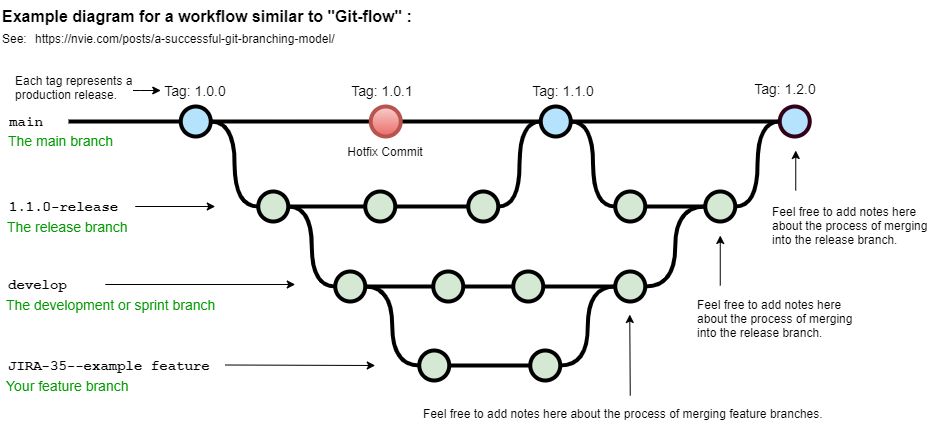
Before: git-workflow-3.drawio.png, a diagram exported from draw.io (chinacode/diagrams). Source tidied: cells renumbered, new cells last; positions are measured from the earlier drawing's top-left corner, leaving out a move shared by most shapes. The source it was exported from:
```xml
<mxGraphModel>
  <root>
    <mxCell id="0" />
    <mxCell id="1" parent="0" />
    <mxCell id="2" value="Hotfix Commit" style="text;html=1;strokeColor=none;fillColor=none;align=center;verticalAlign=middle;whiteSpace=wrap;overflow=hidden;" parent="1" vertex="1">
      <mxGeometry x="345.2" y="136" width="80" height="30" as="geometry" />
    </mxCell>
    <mxCell id="3" style="edgeStyle=orthogonalEdgeStyle;rounded=0;html=1;jettySize=auto;plain-blue;endArrow=none;endFill=0;strokeWidth=4;strokeColor=#000000;entryX=0;entryY=0.5;entryDx=0;entryDy=0;entryPerimeter=0;" parent="1" edge="1" source="5" target="61">
      <mxGeometry x="292.2" y="211" as="geometry" />
    </mxCell>
    <mxCell id="4" style="edgeStyle=orthogonalEdgeStyle;curved=1;rounded=0;html=1;exitX=1;exitY=0.5;exitPerimeter=0;entryX=0;entryY=0.5;entryPerimeter=0;endArrow=none;endFill=0;jettySize=auto;strokeWidth=4;fontSize=15;" parent="1" edge="1" source="5" target="13">
      <mxGeometry relative="1" as="geometry" />
    </mxCell>
    <mxCell id="5" style="verticalLabelPosition=bottom;verticalAlign=top;html=1;strokeWidth=4;shape=mxgraph.flowchart.on-page_reference;plain-blue;gradientColor=none;fillColor=#B5E3Fe;strokeColor=#000000;" parent="1" vertex="1">
      <mxGeometry x="180.2" y="106" width="30" height="30" as="geometry" />
    </mxCell>
    <mxCell id="6" style="edgeStyle=orthogonalEdgeStyle;curved=1;rounded=0;jettySize=auto;html=1;endArrow=none;endFill=0;strokeWidth=4;entryX=0;entryY=0.5;entryDx=0;entryDy=0;entryPerimeter=0;" parent="1" edge="1" source="8" target="9">
      <mxGeometry relative="1" as="geometry" />
    </mxCell>
    <mxCell id="7" style="edgeStyle=orthogonalEdgeStyle;curved=1;rounded=0;jettySize=auto;html=1;exitX=1;exitY=0.5;exitDx=0;exitDy=0;exitPerimeter=0;entryX=0;entryY=0.5;entryDx=0;entryDy=0;entryPerimeter=0;endArrow=none;endFill=0;strokeWidth=4;fontFamily=Courier New;fontColor=#009900;" parent="1" edge="1" source="8" target="45">
      <mxGeometry relative="1" as="geometry" />
    </mxCell>
    <mxCell id="8" style="verticalLabelPosition=bottom;verticalAlign=top;html=1;strokeWidth=4;shape=mxgraph.flowchart.on-page_reference;plain-blue;gradientColor=none;strokeColor=#000000;fillColor=#B5E3FE;" parent="1" vertex="1">
      <mxGeometry x="540.2" y="106" width="30" height="30" as="geometry" />
    </mxCell>
    <mxCell id="9" style="verticalLabelPosition=bottom;verticalAlign=top;html=1;strokeWidth=4;shape=mxgraph.flowchart.on-page_reference;plain-blue;gradientColor=none;strokeColor=#33001A;fillColor=#B5E3FE;" parent="1" vertex="1">
      <mxGeometry x="779.2" y="106" width="30" height="30" as="geometry" />
    </mxCell>
    <mxCell id="10" style="edgeStyle=orthogonalEdgeStyle;rounded=0;html=1;jettySize=auto;strokeWidth=4;endArrow=none;endFill=0;" parent="1" edge="1" target="5">
      <mxGeometry x="192.2" y="211" as="geometry">
        <mxPoint x="68" y="121" as="sourcePoint" />
      </mxGeometry>
    </mxCell>
    <mxCell id="11" value="main" style="text;html=1;strokeColor=none;fillColor=none;align=center;verticalAlign=middle;whiteSpace=wrap;overflow=hidden;fontSize=14;fontStyle=1;fontFamily=Courier New;" parent="1" vertex="1">
      <mxGeometry x="1" y="100" width="50" height="42" as="geometry" />
    </mxCell>
    <mxCell id="12" style="edgeStyle=orthogonalEdgeStyle;curved=1;rounded=0;html=1;exitX=1;exitY=0.5;exitPerimeter=0;endArrow=none;endFill=0;jettySize=auto;strokeWidth=4;fontSize=15;" parent="1" edge="1" source="13" target="15">
      <mxGeometry relative="1" as="geometry" />
    </mxCell>
    <mxCell id="13" style="verticalLabelPosition=bottom;verticalAlign=top;html=1;strokeWidth=4;shape=mxgraph.flowchart.on-page_reference;plain-purple;gradientColor=none;strokeColor=#000000;fillColor=#D5E8D4;" parent="1" vertex="1">
      <mxGeometry x="257.8" y="191" width="30" height="30" as="geometry" />
    </mxCell>
    <mxCell id="14" style="edgeStyle=orthogonalEdgeStyle;curved=1;rounded=0;html=1;exitX=1;exitY=0.5;exitPerimeter=0;entryX=0;entryY=0.5;entryPerimeter=0;endArrow=none;endFill=0;jettySize=auto;strokeWidth=4;fontSize=15;" parent="1" edge="1" source="15" target="17">
      <mxGeometry relative="1" as="geometry" />
    </mxCell>
    <mxCell id="15" style="verticalLabelPosition=bottom;verticalAlign=top;html=1;strokeWidth=4;shape=mxgraph.flowchart.on-page_reference;plain-purple;gradientColor=none;strokeColor=#000000;fillColor=#D5E8D4;" parent="1" vertex="1">
      <mxGeometry x="364.8" y="191" width="30" height="30" as="geometry" />
    </mxCell>
    <mxCell id="16" style="edgeStyle=orthogonalEdgeStyle;curved=1;rounded=0;html=1;exitX=1;exitY=0.5;exitPerimeter=0;entryX=0;entryY=0.5;entryPerimeter=0;endArrow=none;endFill=0;jettySize=auto;strokeWidth=4;fontSize=15;" parent="1" edge="1" source="17" target="8">
      <mxGeometry relative="1" as="geometry" />
    </mxCell>
    <mxCell id="17" style="verticalLabelPosition=bottom;verticalAlign=top;html=1;strokeWidth=4;shape=mxgraph.flowchart.on-page_reference;plain-purple;gradientColor=none;strokeColor=#000000;fillColor=#D5E8D4;" parent="1" vertex="1">
      <mxGeometry x="467.8" y="191" width="30" height="30" as="geometry" />
    </mxCell>
    <mxCell id="18" value="1.1.0-release" style="text;html=1;strokeColor=none;fillColor=none;align=left;verticalAlign=middle;whiteSpace=wrap;overflow=hidden;fontSize=14;fontStyle=1;fontFamily=Courier New;" parent="1" vertex="1">
      <mxGeometry x="6.8" y="196" width="240" height="20" as="geometry" />
    </mxCell>
    <mxCell id="19" style="edgeStyle=orthogonalEdgeStyle;rounded=0;jettySize=auto;html=1;endArrow=none;endFill=0;strokeWidth=4;" parent="1" edge="1" source="22" target="24">
      <mxGeometry relative="1" as="geometry" />
    </mxCell>
    <mxCell id="20" style="edgeStyle=orthogonalEdgeStyle;rounded=0;jettySize=auto;html=1;entryX=1;entryY=0.5;entryDx=0;entryDy=0;entryPerimeter=0;endArrow=none;endFill=0;strokeWidth=4;curved=1;" parent="1" edge="1" source="22" target="13">
      <mxGeometry relative="1" as="geometry" />
    </mxCell>
    <mxCell id="21" style="edgeStyle=orthogonalEdgeStyle;curved=1;rounded=0;jettySize=auto;html=1;exitX=1;exitY=0.5;exitDx=0;exitDy=0;exitPerimeter=0;entryX=0;entryY=0.5;entryDx=0;entryDy=0;entryPerimeter=0;endArrow=none;endFill=0;strokeWidth=4;fontFamily=Courier New;fontColor=#009900;" parent="1" edge="1" source="22" target="31">
      <mxGeometry relative="1" as="geometry" />
    </mxCell>
    <mxCell id="22" style="verticalLabelPosition=bottom;verticalAlign=top;html=1;strokeWidth=4;shape=mxgraph.flowchart.on-page_reference;plain-purple;gradientColor=none;strokeColor=#000000;fillColor=#D5E8D4;" parent="1" vertex="1">
      <mxGeometry x="334.8" y="271" width="30" height="30" as="geometry" />
    </mxCell>
    <mxCell id="23" style="edgeStyle=orthogonalEdgeStyle;curved=1;rounded=0;jettySize=auto;html=1;endArrow=none;endFill=0;strokeWidth=4;" parent="1" edge="1" source="24" target="26">
      <mxGeometry relative="1" as="geometry" />
    </mxCell>
    <mxCell id="24" style="verticalLabelPosition=bottom;verticalAlign=top;html=1;strokeWidth=4;shape=mxgraph.flowchart.on-page_reference;plain-purple;gradientColor=none;strokeColor=#000000;fillColor=#D5E8D4;" parent="1" vertex="1">
      <mxGeometry x="432.8" y="271" width="30" height="30" as="geometry" />
    </mxCell>
    <mxCell id="25" style="edgeStyle=orthogonalEdgeStyle;curved=1;rounded=0;jettySize=auto;html=1;endArrow=none;endFill=0;strokeWidth=4;fontFamily=Courier New;fontColor=#009900;" parent="1" edge="1" source="26" target="28">
      <mxGeometry relative="1" as="geometry" />
    </mxCell>
    <mxCell id="26" style="verticalLabelPosition=bottom;verticalAlign=top;html=1;strokeWidth=4;shape=mxgraph.flowchart.on-page_reference;plain-purple;gradientColor=none;strokeColor=#000000;fillColor=#D5E8D4;" parent="1" vertex="1">
      <mxGeometry x="512.8" y="271" width="30" height="30" as="geometry" />
    </mxCell>
    <mxCell id="27" style="edgeStyle=orthogonalEdgeStyle;curved=1;rounded=0;jettySize=auto;html=1;entryX=0;entryY=0.5;entryDx=0;entryDy=0;entryPerimeter=0;endArrow=none;endFill=0;strokeWidth=4;fontFamily=Courier New;fontColor=#009900;" parent="1" edge="1" source="28" target="47">
      <mxGeometry relative="1" as="geometry" />
    </mxCell>
    <mxCell id="28" style="verticalLabelPosition=bottom;verticalAlign=top;html=1;strokeWidth=4;shape=mxgraph.flowchart.on-page_reference;plain-purple;gradientColor=none;strokeColor=#000000;fillColor=#D5E8D4;" parent="1" vertex="1">
      <mxGeometry x="614.8" y="271" width="30" height="30" as="geometry" />
    </mxCell>
    <mxCell id="29" value="develop" style="text;html=1;strokeColor=none;fillColor=none;align=left;verticalAlign=middle;whiteSpace=wrap;overflow=hidden;fontSize=14;fontStyle=1;fontFamily=Courier New;" parent="1" vertex="1">
      <mxGeometry x="5.8" y="274" width="91" height="20" as="geometry" />
    </mxCell>
    <mxCell id="30" style="edgeStyle=orthogonalEdgeStyle;rounded=0;jettySize=auto;html=1;endArrow=none;endFill=0;strokeWidth=4;" parent="1" edge="1" source="31" target="33">
      <mxGeometry relative="1" as="geometry" />
    </mxCell>
    <mxCell id="31" style="verticalLabelPosition=bottom;verticalAlign=top;html=1;strokeWidth=4;shape=mxgraph.flowchart.on-page_reference;plain-purple;gradientColor=none;strokeColor=#000000;fillColor=#D5E8D4;" parent="1" vertex="1">
      <mxGeometry x="418.8" y="350" width="30" height="30" as="geometry" />
    </mxCell>
    <mxCell id="32" style="edgeStyle=orthogonalEdgeStyle;curved=1;rounded=0;jettySize=auto;html=1;exitX=1;exitY=0.5;exitDx=0;exitDy=0;exitPerimeter=0;entryX=0;entryY=0.5;entryDx=0;entryDy=0;entryPerimeter=0;endArrow=none;endFill=0;strokeWidth=4;fontFamily=Courier New;fontColor=#009900;" parent="1" edge="1" source="33" target="28">
      <mxGeometry relative="1" as="geometry" />
    </mxCell>
    <mxCell id="33" style="verticalLabelPosition=bottom;verticalAlign=top;html=1;strokeWidth=4;shape=mxgraph.flowchart.on-page_reference;plain-purple;gradientColor=none;strokeColor=#000000;fillColor=#D5E8D4;" parent="1" vertex="1">
      <mxGeometry x="529.8" y="350" width="30" height="30" as="geometry" />
    </mxCell>
    <mxCell id="34" value="JIRA-35--example feature" style="text;html=1;strokeColor=none;fillColor=none;align=left;verticalAlign=middle;whiteSpace=wrap;overflow=hidden;fontSize=14;fontStyle=1;fontFamily=Courier New;" parent="1" vertex="1">
      <mxGeometry x="5.5" y="355" width="240" height="20" as="geometry" />
    </mxCell>
    <mxCell id="35" value="The development or sprint branch" style="text;html=1;strokeColor=none;fillColor=none;align=left;verticalAlign=middle;whiteSpace=wrap;overflow=hidden;fontSize=14;fontStyle=0;fontColor=#009900;" parent="1" vertex="1">
      <mxGeometry x="3.8" y="294" width="240" height="20" as="geometry" />
    </mxCell>
    <mxCell id="36" value="Your feature branch" style="text;html=1;strokeColor=none;fillColor=none;align=left;verticalAlign=middle;whiteSpace=wrap;overflow=hidden;fontSize=14;fontStyle=0;fontColor=#009900;" parent="1" vertex="1">
      <mxGeometry x="3.8" y="375" width="240" height="20" as="geometry" />
    </mxCell>
    <mxCell id="37" value="The release branch" style="text;html=1;strokeColor=none;fillColor=none;align=left;verticalAlign=middle;whiteSpace=wrap;overflow=hidden;fontSize=14;fontStyle=0;fontColor=#009900;" parent="1" vertex="1">
      <mxGeometry x="4.8" y="216" width="240" height="20" as="geometry" />
    </mxCell>
    <mxCell id="38" value="The main branch&lt;br&gt;" style="text;html=1;strokeColor=none;fillColor=none;align=left;verticalAlign=middle;whiteSpace=wrap;overflow=hidden;fontSize=14;fontStyle=0;fontColor=#009900;" parent="1" vertex="1">
      <mxGeometry x="6.2" y="130" width="146.8" height="20" as="geometry" />
    </mxCell>
    <mxCell id="39" style="endArrow=classic;html=1;strokeWidth=1;fontFamily=Courier New;fontColor=#009900;" parent="1" edge="1">
      <mxGeometry relative="1" as="geometry">
        <mxPoint x="224.8" y="364.5" as="sourcePoint" />
        <mxPoint x="374.8" y="365" as="targetPoint" />
      </mxGeometry>
    </mxCell>
    <mxCell id="40" style="endArrow=classic;html=1;strokeWidth=1;fontFamily=Courier New;fontColor=#009900;" parent="1" edge="1">
      <mxGeometry relative="1" as="geometry">
        <mxPoint x="104.8" y="284" as="sourcePoint" />
        <mxPoint x="294.8" y="284" as="targetPoint" />
      </mxGeometry>
    </mxCell>
    <mxCell id="41" style="endArrow=classic;html=1;strokeWidth=1;fontFamily=Courier New;fontColor=#009900;" parent="1" edge="1">
      <mxGeometry relative="1" as="geometry">
        <mxPoint x="134.8" y="206" as="sourcePoint" />
        <mxPoint x="214.8" y="206" as="targetPoint" />
      </mxGeometry>
    </mxCell>
    <mxCell id="42" value="Tag: 1.1.0" style="text;html=1;strokeColor=none;fillColor=none;align=center;verticalAlign=middle;whiteSpace=wrap;overflow=hidden;fontSize=14;" parent="1" vertex="1">
      <mxGeometry x="508.2" y="80" width="110" height="20" as="geometry" />
    </mxCell>
    <mxCell id="43" value="Tag: 1.0.0" style="text;html=1;strokeColor=none;fillColor=none;align=center;verticalAlign=middle;whiteSpace=wrap;overflow=hidden;fontSize=14;" parent="1" vertex="1">
      <mxGeometry x="160.2" y="80" width="70" height="20" as="geometry" />
    </mxCell>
    <mxCell id="44" style="edgeStyle=orthogonalEdgeStyle;curved=1;rounded=0;jettySize=auto;html=1;endArrow=none;endFill=0;strokeWidth=4;fontFamily=Courier New;fontColor=#009900;" parent="1" edge="1" source="45" target="47">
      <mxGeometry relative="1" as="geometry" />
    </mxCell>
    <mxCell id="45" style="verticalLabelPosition=bottom;verticalAlign=top;html=1;strokeWidth=4;shape=mxgraph.flowchart.on-page_reference;plain-purple;gradientColor=none;strokeColor=#000000;fillColor=#D5E8D4;" parent="1" vertex="1">
      <mxGeometry x="614.8" y="191" width="30" height="30" as="geometry" />
    </mxCell>
    <mxCell id="46" style="edgeStyle=orthogonalEdgeStyle;curved=1;rounded=0;jettySize=auto;html=1;entryX=0;entryY=0.5;entryDx=0;entryDy=0;entryPerimeter=0;endArrow=none;endFill=0;strokeWidth=4;fontFamily=Courier New;fontColor=#009900;" parent="1" edge="1" source="47" target="9">
      <mxGeometry relative="1" as="geometry" />
    </mxCell>
    <mxCell id="47" style="verticalLabelPosition=bottom;verticalAlign=top;html=1;strokeWidth=4;shape=mxgraph.flowchart.on-page_reference;plain-purple;gradientColor=none;strokeColor=#000000;fillColor=#D5E8D4;" parent="1" vertex="1">
      <mxGeometry x="704.8" y="191" width="30" height="30" as="geometry" />
    </mxCell>
    <mxCell id="48" value="Tag: 1.2.0" style="text;html=1;strokeColor=none;fillColor=none;align=center;verticalAlign=middle;whiteSpace=wrap;overflow=hidden;fontSize=14;" parent="1" vertex="1">
      <mxGeometry x="730.2" y="78" width="110" height="20" as="geometry" />
    </mxCell>
    <mxCell id="49" style="endArrow=classic;html=1;strokeWidth=1;fontFamily=Courier New;fontColor=#009900;exitX=0.5;exitY=0;exitDx=0;exitDy=0;" parent="1" edge="1" source="52">
      <mxGeometry relative="1" as="geometry">
        <mxPoint x="629.2" y="314" as="targetPoint" />
      </mxGeometry>
    </mxCell>
    <mxCell id="50" style="endArrow=classic;html=1;strokeWidth=1;fontFamily=Courier New;fontColor=#009900;" parent="1" edge="1">
      <mxGeometry relative="1" as="geometry">
        <mxPoint x="719.8" y="285" as="sourcePoint" />
        <mxPoint x="719.8" y="235" as="targetPoint" />
      </mxGeometry>
    </mxCell>
    <mxCell id="51" value="&lt;span style=&quot;text-align: center&quot;&gt;Feel free to add notes here about the process of merging into the release branch.&lt;br&gt;&lt;/span&gt;" style="text;html=1;strokeColor=none;fillColor=none;align=left;verticalAlign=middle;whiteSpace=wrap;overflow=hidden;fontSize=12;fontStyle=0;fontColor=#000000;" parent="1" vertex="1">
      <mxGeometry x="694.8" y="285" width="163.2" height="66" as="geometry" />
    </mxCell>
    <mxCell id="52" value="&lt;div style=&quot;&quot;&gt;&lt;span&gt;Feel free to add notes here about the process of merging feature branches.&lt;/span&gt;&lt;/div&gt;" style="text;html=1;strokeColor=none;fillColor=none;align=left;verticalAlign=middle;whiteSpace=wrap;overflow=hidden;fontSize=12;fontStyle=0;fontColor=#000000;" parent="1" vertex="1">
      <mxGeometry x="420.6" y="395" width="418.2" height="36" as="geometry" />
    </mxCell>
    <mxCell id="53" style="edgeStyle=orthogonalEdgeStyle;rounded=0;jettySize=auto;html=1;fontSize=12;fontColor=#000000;entryX=0;entryY=0.5;entryDx=0;entryDy=0;" parent="1" edge="1" source="54" target="43">
      <mxGeometry relative="1" as="geometry">
        <Array as="points">
          <mxPoint x="140.2" y="90" />
          <mxPoint x="140.2" y="90" />
        </Array>
      </mxGeometry>
    </mxCell>
    <mxCell id="54" value="&lt;span style=&quot;text-align: center; font-size: 11px;&quot;&gt;Each tag represents a production release.&lt;/span&gt;" style="text;html=1;strokeColor=none;fillColor=none;align=left;verticalAlign=middle;whiteSpace=wrap;overflow=hidden;fontSize=11;fontStyle=0;fontColor=#000000;" parent="1" vertex="1">
      <mxGeometry x="12.5" y="68" width="120" height="38" as="geometry" />
    </mxCell>
    <mxCell id="55" value="Example diagram for a workflow similar to &quot;Git-flow&quot; :" style="text;whiteSpace=wrap;html=1;fontStyle=1;fontSize=16;" parent="1" vertex="1">
      <mxGeometry x="0.2" width="427.8" height="20" as="geometry" />
    </mxCell>
    <mxCell id="56" value="&lt;a href=&quot;https://nvie.com/posts/a-successful-git-branching-model/&quot;&gt;https://nvie.com/posts/a-successful-git-branching-model/&lt;/a&gt;" style="text;whiteSpace=wrap;html=1;" parent="1" vertex="1">
      <mxGeometry x="33" y="25" width="355" height="20" as="geometry" />
    </mxCell>
    <mxCell id="57" value="See:" style="text;whiteSpace=wrap;html=1;" parent="1" vertex="1">
      <mxGeometry x="0.2" y="25" width="32.8" height="20" as="geometry" />
    </mxCell>
    <mxCell id="58" style="endArrow=classic;html=1;strokeWidth=1;fontFamily=Courier New;fontColor=#009900;" parent="1" edge="1">
      <mxGeometry relative="1" as="geometry">
        <mxPoint x="795.2" y="190" as="sourcePoint" />
        <mxPoint x="795.2" y="150" as="targetPoint" />
      </mxGeometry>
    </mxCell>
    <mxCell id="59" value="&lt;span style=&quot;text-align: center&quot;&gt;Feel free to add notes here about the process of merging into the release branch.&lt;br&gt;&lt;br&gt;&lt;/span&gt;" style="text;html=1;strokeColor=none;fillColor=none;align=left;verticalAlign=middle;whiteSpace=wrap;overflow=hidden;fontSize=12;fontStyle=0;fontColor=#000000;" parent="1" vertex="1">
      <mxGeometry x="770.2" y="191" width="167.8" height="81" as="geometry" />
    </mxCell>
    <mxCell id="60" style="edgeStyle=orthogonalEdgeStyle;rounded=0;jettySize=auto;html=1;fontSize=15;endArrow=none;endFill=0;strokeWidth=4;entryX=0;entryY=0.5;entryDx=0;entryDy=0;entryPerimeter=0;" parent="1" edge="1" source="61" target="8">
      <mxGeometry relative="1" as="geometry" />
    </mxCell>
    <mxCell id="61" style="verticalLabelPosition=bottom;verticalAlign=top;html=1;strokeWidth=4;shape=mxgraph.flowchart.on-page_reference;plain-blue;gradientColor=#EA6B66;strokeColor=#B85450;fillColor=#F8CECC;" parent="1" vertex="1">
      <mxGeometry x="370.2" y="106" width="30" height="30" as="geometry" />
    </mxCell>
    <mxCell id="62" value="Tag: 1.0.1" style="text;html=1;strokeColor=none;fillColor=none;align=center;verticalAlign=middle;whiteSpace=wrap;overflow=hidden;fontSize=14;" parent="1" vertex="1">
      <mxGeometry x="346.5" y="80" width="70" height="20" as="geometry" />
    </mxCell>
  </root>
</mxGraphModel>
```
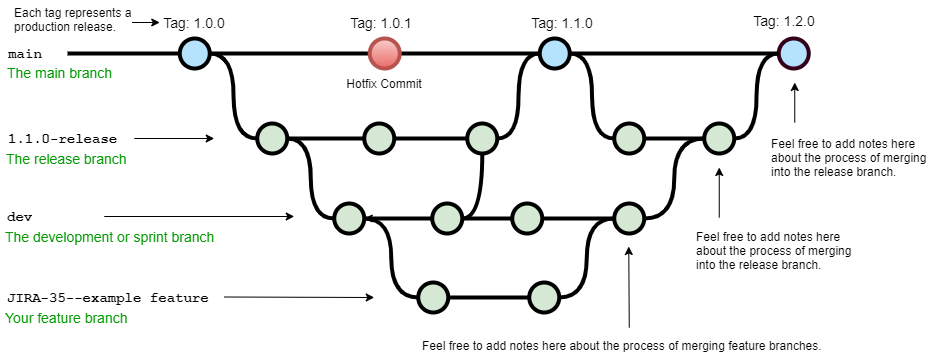
Above is the later version.

Diff of the diagram source:
```diff
@@ -6,7 +6,7 @@
       <mxGeometry x="345.2" y="136" width="80" height="30" as="geometry" />
     </mxCell>
     <mxCell id="3" style="edgeStyle=orthogonalEdgeStyle;rounded=0;html=1;jettySize=auto;plain-blue;endArrow=none;endFill=0;strokeWidth=4;strokeColor=#000000;entryX=0;entryY=0.5;entryDx=0;entryDy=0;entryPerimeter=0;" parent="1" edge="1" source="5" target="61">
-      <mxGeometry x="292.2" y="211" as="geometry" />
+      <mxGeometry x="219.2" y="193" as="geometry" />
     </mxCell>
     <mxCell id="4" style="edgeStyle=orthogonalEdgeStyle;curved=1;rounded=0;html=1;exitX=1;exitY=0.5;exitPerimeter=0;entryX=0;entryY=0.5;entryPerimeter=0;endArrow=none;endFill=0;jettySize=auto;strokeWidth=4;fontSize=15;" parent="1" edge="1" source="5" target="13">
       <mxGeometry relative="1" as="geometry" />
@@ -27,7 +27,7 @@
       <mxGeometry x="779.2" y="106" width="30" height="30" as="geometry" />
     </mxCell>
     <mxCell id="10" style="edgeStyle=orthogonalEdgeStyle;rounded=0;html=1;jettySize=auto;strokeWidth=4;endArrow=none;endFill=0;" parent="1" edge="1" target="5">
-      <mxGeometry x="192.2" y="211" as="geometry">
+      <mxGeometry x="119.2" y="193" as="geometry">
         <mxPoint x="68" y="121" as="sourcePoint" />
       </mxGeometry>
     </mxCell>
@@ -70,6 +70,12 @@
     <mxCell id="23" style="edgeStyle=orthogonalEdgeStyle;curved=1;rounded=0;jettySize=auto;html=1;endArrow=none;endFill=0;strokeWidth=4;" parent="1" edge="1" source="24" target="26">
       <mxGeometry relative="1" as="geometry" />
     </mxCell>
+    <mxCell id="63" style="edgeStyle=orthogonalEdgeStyle;rounded=0;jettySize=auto;html=1;" parent="1" edge="1" source="24" target="22">
+      <mxGeometry relative="1" as="geometry" />
+    </mxCell>
+    <mxCell id="64" style="edgeStyle=orthogonalEdgeStyle;jettySize=auto;html=1;strokeWidth=4;curved=1;endArrow=none;endFill=0;" parent="1" edge="1" source="24" target="17">
+      <mxGeometry relative="1" as="geometry" />
+    </mxCell>
     <mxCell id="24" style="verticalLabelPosition=bottom;verticalAlign=top;html=1;strokeWidth=4;shape=mxgraph.flowchart.on-page_reference;plain-purple;gradientColor=none;strokeColor=#000000;fillColor=#D5E8D4;" parent="1" vertex="1">
       <mxGeometry x="432.8" y="271" width="30" height="30" as="geometry" />
     </mxCell>
@@ -85,7 +91,7 @@
     <mxCell id="28" style="verticalLabelPosition=bottom;verticalAlign=top;html=1;strokeWidth=4;shape=mxgraph.flowchart.on-page_reference;plain-purple;gradientColor=none;strokeColor=#000000;fillColor=#D5E8D4;" parent="1" vertex="1">
       <mxGeometry x="614.8" y="271" width="30" height="30" as="geometry" />
     </mxCell>
-    <mxCell id="29" value="develop" style="text;html=1;strokeColor=none;fillColor=none;align=left;verticalAlign=middle;whiteSpace=wrap;overflow=hidden;fontSize=14;fontStyle=1;fontFamily=Courier New;" parent="1" vertex="1">
+    <mxCell id="29" value="dev" style="text;html=1;strokeColor=none;fillColor=none;align=left;verticalAlign=middle;whiteSpace=wrap;overflow=hidden;fontSize=14;fontStyle=1;fontFamily=Courier New;" parent="1" vertex="1">
       <mxGeometry x="5.8" y="274" width="91" height="20" as="geometry" />
     </mxCell>
     <mxCell id="30" style="edgeStyle=orthogonalEdgeStyle;rounded=0;jettySize=auto;html=1;endArrow=none;endFill=0;strokeWidth=4;" parent="1" edge="1" source="31" target="33">
@@ -182,15 +188,6 @@
     <mxCell id="54" value="&lt;span style=&quot;text-align: center; font-size: 11px;&quot;&gt;Each tag represents a production release.&lt;/span&gt;" style="text;html=1;strokeColor=none;fillColor=none;align=left;verticalAlign=middle;whiteSpace=wrap;overflow=hidden;fontSize=11;fontStyle=0;fontColor=#000000;" parent="1" vertex="1">
       <mxGeometry x="12.5" y="68" width="120" height="38" as="geometry" />
     </mxCell>
-    <mxCell id="55" value="Example diagram for a workflow similar to &quot;Git-flow&quot; :" style="text;whiteSpace=wrap;html=1;fontStyle=1;fontSize=16;" parent="1" vertex="1">
-      <mxGeometry x="0.2" width="427.8" height="20" as="geometry" />
-    </mxCell>
-    <mxCell id="56" value="&lt;a href=&quot;https://nvie.com/posts/a-successful-git-branching-model/&quot;&gt;https://nvie.com/posts/a-successful-git-branching-model/&lt;/a&gt;" style="text;whiteSpace=wrap;html=1;" parent="1" vertex="1">
-      <mxGeometry x="33" y="25" width="355" height="20" as="geometry" />
-    </mxCell>
-    <mxCell id="57" value="See:" style="text;whiteSpace=wrap;html=1;" parent="1" vertex="1">
-      <mxGeometry x="0.2" y="25" width="32.8" height="20" as="geometry" />
-    </mxCell>
     <mxCell id="58" style="endArrow=classic;html=1;strokeWidth=1;fontFamily=Courier New;fontColor=#009900;" parent="1" edge="1">
       <mxGeometry relative="1" as="geometry">
         <mxPoint x="795.2" y="190" as="sourcePoint" />
```
